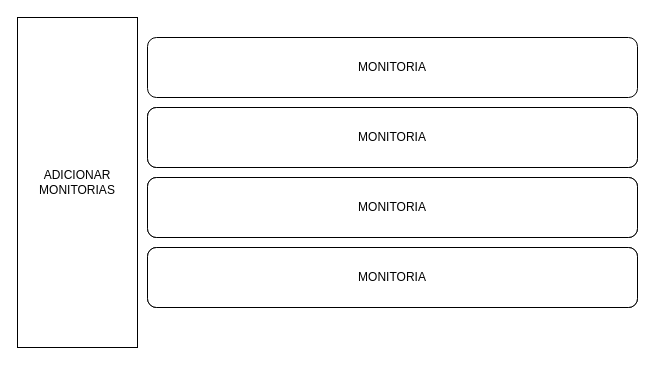
This is modelo.drawio from LuisAbrantes/TutorTime, a draw.io file, before an edit. Source tidied: cells renumbered, new cells numbered last; positions are measured from the earlier drawing's top-left corner, leaving out a move shared by most shapes. Both pictures are drawn from the tidied source at 100%, with x=0, y=0 at pixel (17, 17).
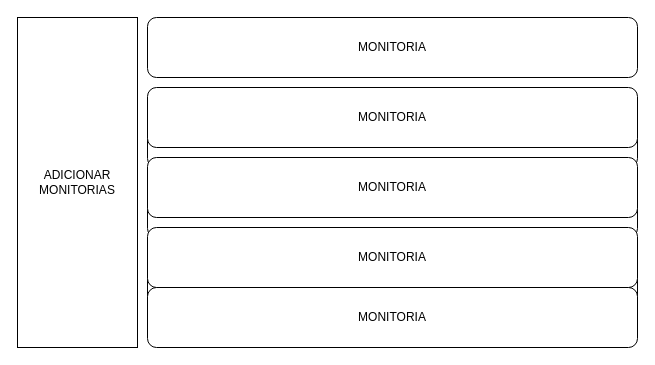
The same diagram, later.

Diff of the diagram source:
```diff
@@
 <mxGraphModel>
   <root>
     <mxCell id="0" />
     <mxCell id="1" parent="0" />
     <mxCell id="2" value="ADICIONAR&lt;br&gt;MONITORIAS" style="rounded=0;whiteSpace=wrap;html=1;" parent="1" vertex="1">
       <mxGeometry width="120" height="330" as="geometry" />
     </mxCell>
     <mxCell id="3" value="MONITORIA" style="rounded=1;whiteSpace=wrap;html=1;" parent="1" vertex="1">
-      <mxGeometry x="130" y="20" width="490" height="60" as="geometry" />
+      <mxGeometry x="130" width="490" height="60" as="geometry" />
     </mxCell>
     <mxCell id="4" style="rounded=1;whiteSpace=wrap;html=1;" parent="1" vertex="1">
       <mxGeometry x="130" y="90" width="490" height="60" as="geometry" />
     </mxCell>
     <mxCell id="5" style="rounded=1;whiteSpace=wrap;html=1;" parent="1" vertex="1">
       <mxGeometry x="130" y="160" width="490" height="60" as="geometry" />
     </mxCell>
     <mxCell id="6" style="rounded=1;whiteSpace=wrap;html=1;" parent="1" vertex="1">
       <mxGeometry x="130" y="230" width="490" height="60" as="geometry" />
     </mxCell>
     <mxCell id="7" value="MONITORIA" style="rounded=1;whiteSpace=wrap;html=1;" parent="1" vertex="1">
-      <mxGeometry x="130" y="90" width="490" height="60" as="geometry" />
+      <mxGeometry x="130" y="70" width="490" height="60" as="geometry" />
     </mxCell>
     <mxCell id="8" value="MONITORIA" style="rounded=1;whiteSpace=wrap;html=1;" parent="1" vertex="1">
-      <mxGeometry x="130" y="160" width="490" height="60" as="geometry" />
+      <mxGeometry x="130" y="140" width="490" height="60" as="geometry" />
     </mxCell>
     <mxCell id="9" value="MONITORIA" style="rounded=1;whiteSpace=wrap;html=1;" parent="1" vertex="1">
-      <mxGeometry x="130" y="230" width="490" height="60" as="geometry" />
+      <mxGeometry x="130" y="210" width="490" height="60" as="geometry" />
     </mxCell>
+    <mxCell id="10" value="MONITORIA" style="rounded=1;whiteSpace=wrap;html=1;" parent="1" vertex="1">
+      <mxGeometry x="130" y="270" width="490" height="60" as="geometry" />
+    </mxCell>
   </root>
 </mxGraphModel>
```
